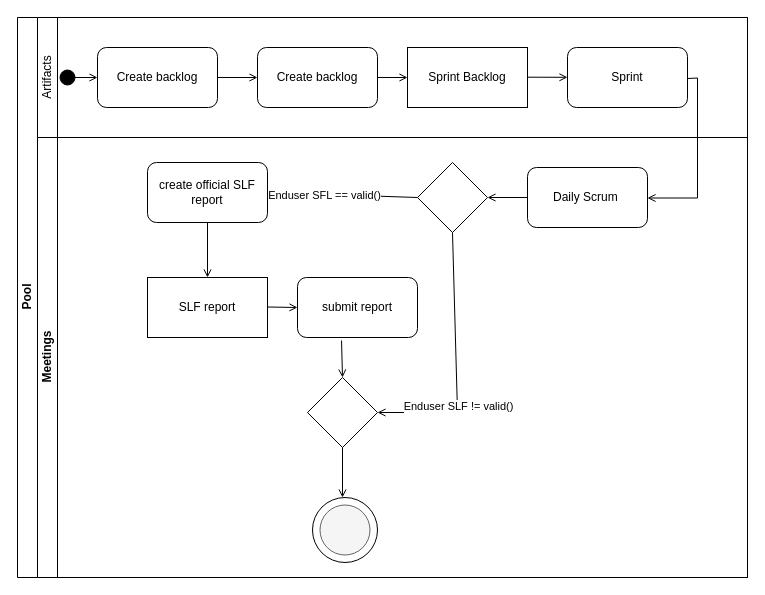
The draw.io diagram Assignment3.drawio in sirfan123/1530, before the edit. Source tidied: cells renumbered, new cells numbered last; positions are measured from the earlier drawing's top-left corner, leaving out a move shared by most shapes. Both pictures are drawn from the tidied source at 100%, with x=0, y=0 at pixel (17, 17).
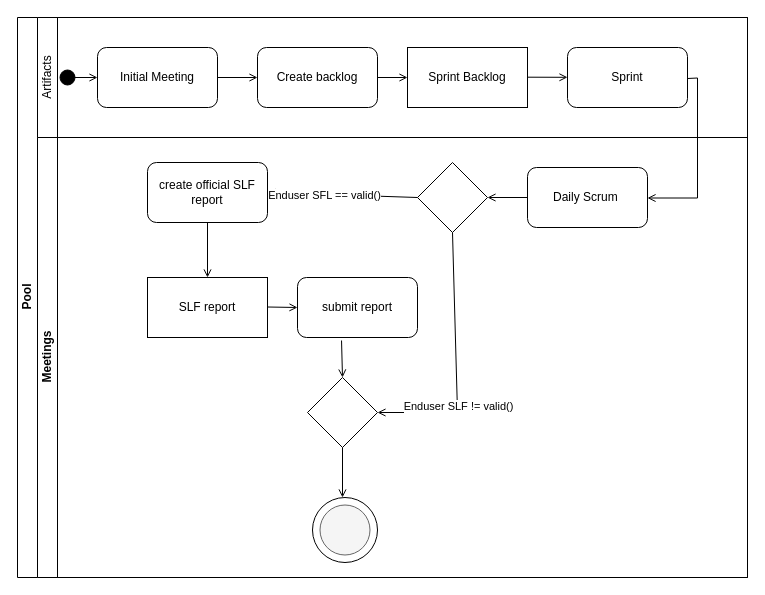
The same diagram, later.

Unchanged cells that the change refers to:
```xml
<mxCell id="3" style="swimlane;html=1;startSize=20;horizontal=0;" parent="2" vertex="1">
  <mxGeometry x="20" width="710" height="120" as="geometry" />
</mxCell>
```

Change to the diagram source:
```diff
@@
-    <mxCell id="11" value="Create backlog" style="rounded=1;whiteSpace=wrap;html=1;" parent="3" vertex="1">
+    <mxCell id="11" value="Initial Meeting" style="rounded=1;whiteSpace=wrap;html=1;" parent="3" vertex="1">
       <mxGeometry x="60" y="30" width="120" height="60" as="geometry" />
     </mxCell>
```
